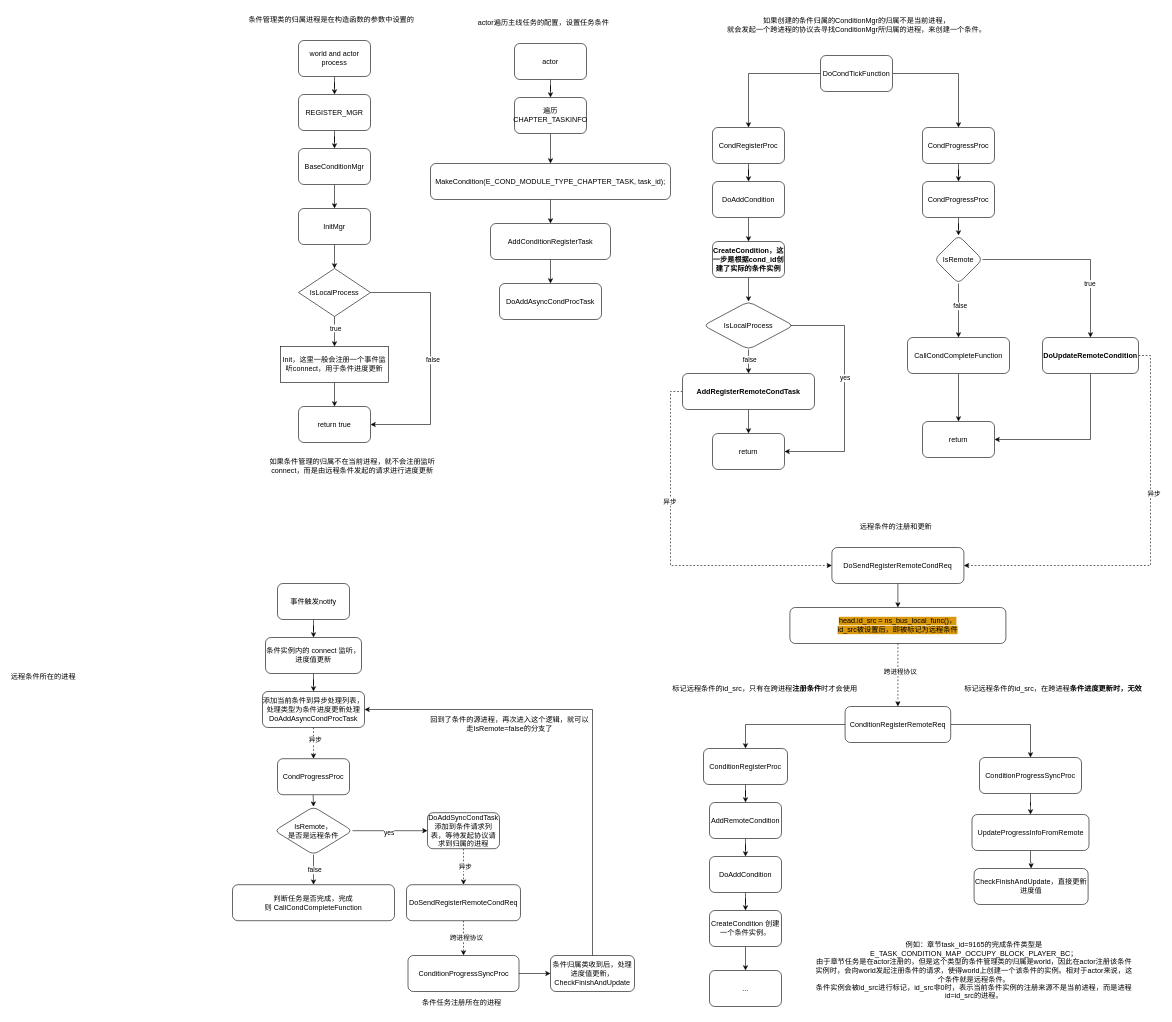
The draw.io diagram page "第 1 页" (1 of 15) of 未命名绘图.drawio in junpfeng/UE, before the edit. Source tidied: cells renumbered, new cells numbered last; positions are measured from the earlier drawing's top-left corner, leaving out a move shared by most shapes. Both pictures are drawn from the tidied source at 60%, with x=0, y=0 at pixel (10, 10).
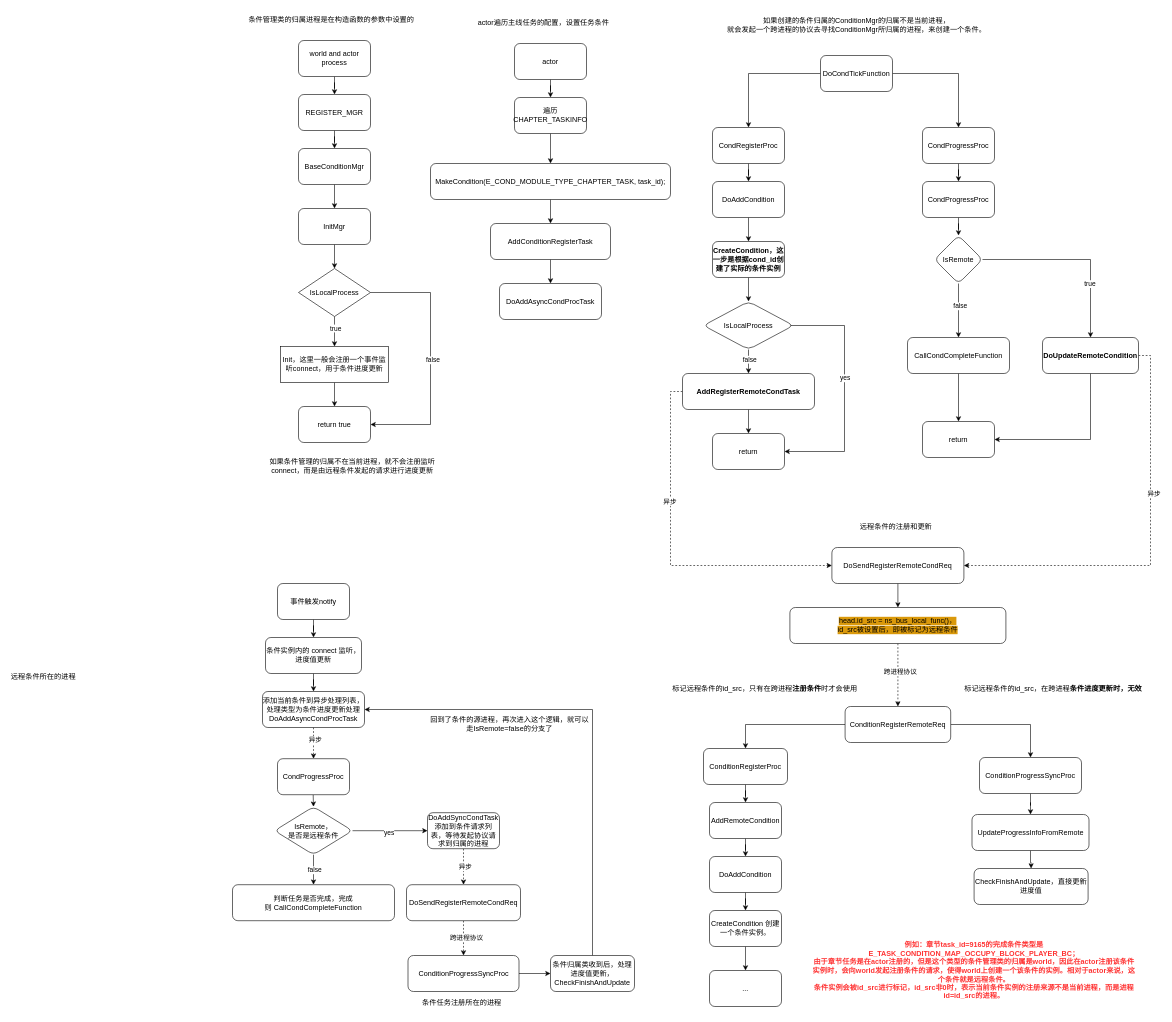
After the change.

Commit message:
更新未命名绘图.drawio

What changed in the source:
```diff
@@
-    <mxCell id="85" value="例如：章节task_id=9165的完成条件类型是&lt;br&gt;&lt;table style=&quot;border-collapse:&lt;br/&gt; collapse;width:403pt&quot; width=&quot;537&quot; cellspacing=&quot;0&quot; cellpadding=&quot;0&quot; border=&quot;0&quot;&gt;&lt;tbody&gt;&lt;tr style=&quot;height:14.25pt&quot; height=&quot;19&quot;&gt;  &lt;td style=&quot;height:14.25pt;width:403pt&quot; width=&quot;537&quot; class=&quot;xl64&quot; height=&quot;19&quot;&gt;E_TASK_CONDITION_MAP_OCCUPY_BLOCK_PLAYER_BC；&lt;br&gt;由于章节任务是在actor注册的，但是这个类型的条件管理类的归属是world，因此在actor注册该条件实例时，会向world发起注册条件的请求，使得world上创建一个该条件的实例。相对于actor来说，这个条件就是远程条件。&lt;/td&gt;&lt;/tr&gt;&lt;/tbody&gt;&lt;/table&gt;&lt;div&gt;条件实例会被id_src进行标记，id_src非0时，表示当前条件实例的注册来源不是当前进程，而是进程id=id_src的进程。&lt;/div&gt;" style="text;html=1;align=center;verticalAlign=middle;whiteSpace=wrap;rounded=0;" parent="1" vertex="1">
+    <mxCell id="85" value="例如：章节task_id=9165的完成条件类型是&lt;br&gt;&lt;table border=&quot;0&quot; cellpadding=&quot;0&quot; cellspacing=&quot;0&quot; width=&quot;537&quot; style=&quot;border-collapse:&lt;br/&gt; collapse;width:403pt&quot;&gt;&lt;tbody&gt;&lt;tr height=&quot;19&quot; style=&quot;height:14.25pt&quot;&gt;  &lt;td height=&quot;19&quot; class=&quot;xl64&quot; width=&quot;537&quot; style=&quot;height:14.25pt;width:403pt&quot;&gt;E_TASK_CONDITION_MAP_OCCUPY_BLOCK_PLAYER_BC；&lt;br&gt;由于章节任务是在actor注册的，但是这个类型的条件管理类的归属是world，因此在actor注册该条件实例时，会向world发起注册条件的请求，使得world上创建一个该条件的实例。相对于actor来说，这个条件就是远程条件。&lt;/td&gt;&lt;/tr&gt;&lt;/tbody&gt;&lt;/table&gt;&lt;div&gt;条件实例会被id_src进行标记，id_src非0时，表示当前条件实例的注册来源不是当前进程，而是进程id=id_src的进程。&lt;/div&gt;" style="text;html=1;align=center;verticalAlign=middle;whiteSpace=wrap;rounded=0;fontStyle=1;fontColor=#FF3333;" parent="1" vertex="1">
       <mxGeometry x="1376.2" y="1530" width="460" height="139" as="geometry" />
     </mxCell>
```
